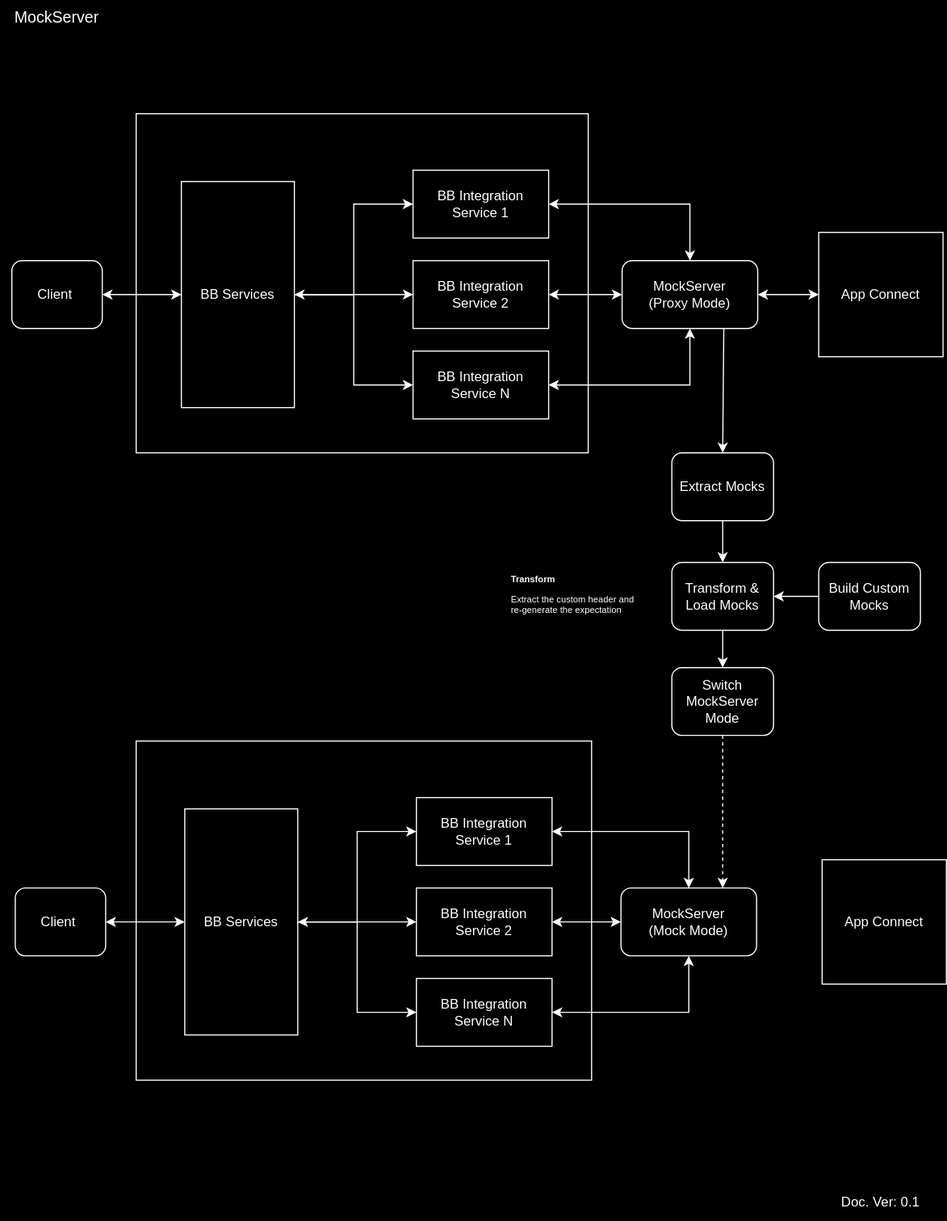
faxad/mock-server keeps this draw.io diagram as mockserver-architecture.svg. Above is the earlier version. Source tidied: cells renumbered, new cells last; positions are measured from the earlier drawing's top-left corner, leaving out a move shared by most shapes.
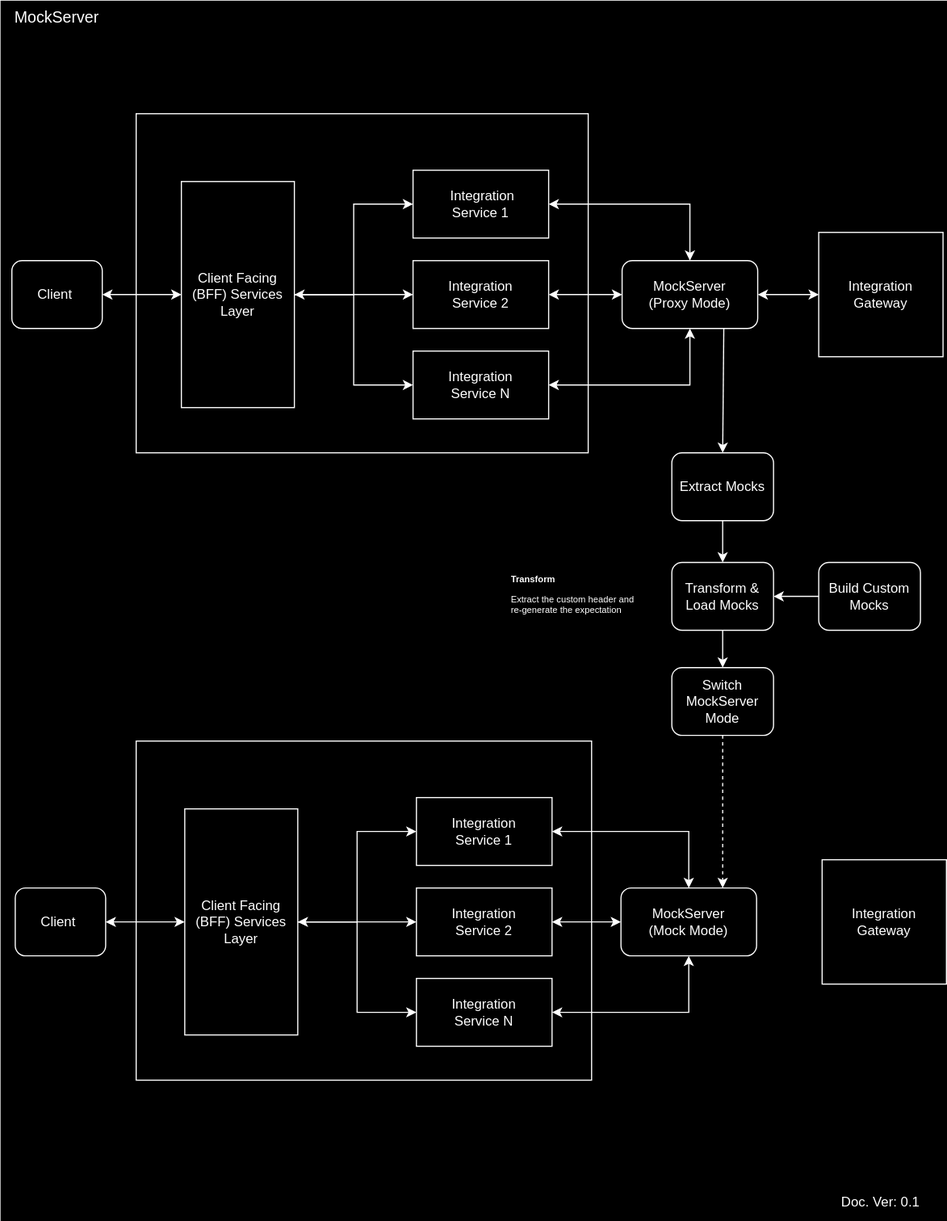
After the change.

Commit message:
added architecture diagram

Change to the diagram source:
```diff
@@ -8,19 +8,19 @@
     <mxCell id="3" style="edgeStyle=orthogonalEdgeStyle;rounded=0;jettySize=auto;html=1;startArrow=classic;startFill=1;endArrow=classic;endFill=1;" parent="1" edge="1" source="4" target="10">
       <mxGeometry relative="1" as="geometry" />
     </mxCell>
-    <mxCell id="4" value="BB Integration Service 1" style="rounded=0;whiteSpace=wrap;html=1;" parent="1" vertex="1">
+    <mxCell id="4" value="&amp;nbsp;Integration &lt;br&gt;Service 1" style="rounded=0;whiteSpace=wrap;html=1;" parent="1" vertex="1">
       <mxGeometry x="365" y="150" width="120" height="60" as="geometry" />
     </mxCell>
     <mxCell id="5" style="edgeStyle=orthogonalEdgeStyle;rounded=0;jettySize=auto;html=1;entryX=0;entryY=0.5;entryDx=0;entryDy=0;startArrow=classic;startFill=1;" parent="1" edge="1" source="6" target="10">
       <mxGeometry relative="1" as="geometry" />
     </mxCell>
-    <mxCell id="6" value="BB Integration Service 2" style="rounded=0;whiteSpace=wrap;html=1;" parent="1" vertex="1">
+    <mxCell id="6" value="&amp;nbsp;Integration&amp;nbsp;&lt;br&gt;Service 2" style="rounded=0;whiteSpace=wrap;html=1;" parent="1" vertex="1">
       <mxGeometry x="365" y="230" width="120" height="60" as="geometry" />
     </mxCell>
     <mxCell id="7" style="edgeStyle=orthogonalEdgeStyle;rounded=0;jettySize=auto;html=1;entryX=0.5;entryY=1;entryDx=0;entryDy=0;startArrow=classic;startFill=1;" parent="1" edge="1" source="8" target="10">
       <mxGeometry relative="1" as="geometry" />
     </mxCell>
-    <mxCell id="8" value="BB Integration Service N" style="rounded=0;whiteSpace=wrap;html=1;" parent="1" vertex="1">
+    <mxCell id="8" value="&amp;nbsp;Integration&amp;nbsp;&lt;br&gt;Service N" style="rounded=0;whiteSpace=wrap;html=1;" parent="1" vertex="1">
       <mxGeometry x="365" y="310" width="120" height="60" as="geometry" />
     </mxCell>
     <mxCell id="9" style="edgeStyle=orthogonalEdgeStyle;rounded=0;jettySize=auto;html=1;entryX=0;entryY=0.5;entryDx=0;entryDy=0;startArrow=classic;startFill=1;" parent="1" edge="1" source="10" target="11">
@@ -29,7 +29,7 @@
     <mxCell id="10" value="MockServer&lt;div&gt;(Proxy Mode)&lt;/div&gt;" style="rounded=1;whiteSpace=wrap;html=1;" parent="1" vertex="1">
       <mxGeometry x="550" y="230" width="120" height="60" as="geometry" />
     </mxCell>
-    <mxCell id="11" value="App Connect" style="whiteSpace=wrap;html=1;" parent="1" vertex="1">
+    <mxCell id="11" value="Integration&lt;br&gt;Gateway" style="whiteSpace=wrap;html=1;" parent="1" vertex="1">
       <mxGeometry x="724" y="205" width="110" height="110" as="geometry" />
     </mxCell>
     <mxCell id="12" style="edgeStyle=orthogonalEdgeStyle;rounded=0;jettySize=auto;html=1;startArrow=classic;startFill=1;" parent="1" edge="1" source="13" target="17">
@@ -47,7 +47,7 @@
     <mxCell id="16" style="edgeStyle=orthogonalEdgeStyle;rounded=0;jettySize=auto;html=1;entryX=0;entryY=0.5;entryDx=0;entryDy=0;startArrow=classic;startFill=1;" parent="1" edge="1" source="17" target="8">
       <mxGeometry relative="1" as="geometry" />
     </mxCell>
-    <mxCell id="17" value="BB Services" style="rounded=0;whiteSpace=wrap;html=1;" parent="1" vertex="1">
+    <mxCell id="17" value="Client Facing (BFF) Services Layer" style="rounded=0;whiteSpace=wrap;html=1;" parent="1" vertex="1">
       <mxGeometry x="160" y="160" width="100" height="200" as="geometry" />
     </mxCell>
     <mxCell id="18" style="edgeStyle=orthogonalEdgeStyle;rounded=0;orthogonalLoop=1;jettySize=auto;html=1;exitX=0.75;exitY=0;exitDx=0;exitDy=0;" parent="1" edge="1">
@@ -62,25 +62,25 @@
     <mxCell id="20" style="edgeStyle=orthogonalEdgeStyle;rounded=0;jettySize=auto;html=1;startArrow=classic;startFill=1;endArrow=classic;endFill=1;" parent="1" edge="1" source="21" target="26">
       <mxGeometry relative="1" as="geometry" />
     </mxCell>
-    <mxCell id="21" value="BB Integration Service 1" style="rounded=0;whiteSpace=wrap;html=1;" parent="1" vertex="1">
+    <mxCell id="21" value="&amp;nbsp;Integration&amp;nbsp;&lt;br&gt;Service 1" style="rounded=0;whiteSpace=wrap;html=1;" parent="1" vertex="1">
       <mxGeometry x="368" y="705" width="120" height="60" as="geometry" />
     </mxCell>
     <mxCell id="22" style="edgeStyle=orthogonalEdgeStyle;rounded=0;jettySize=auto;html=1;entryX=0;entryY=0.5;entryDx=0;entryDy=0;startArrow=classic;startFill=1;" parent="1" edge="1" source="23" target="26">
       <mxGeometry relative="1" as="geometry" />
     </mxCell>
-    <mxCell id="23" value="BB Integration Service 2" style="rounded=0;whiteSpace=wrap;html=1;" parent="1" vertex="1">
+    <mxCell id="23" value="&amp;nbsp;Integration&amp;nbsp;&lt;br&gt;Service 2" style="rounded=0;whiteSpace=wrap;html=1;" parent="1" vertex="1">
       <mxGeometry x="368" y="785" width="120" height="60" as="geometry" />
     </mxCell>
     <mxCell id="24" style="edgeStyle=orthogonalEdgeStyle;rounded=0;jettySize=auto;html=1;entryX=0.5;entryY=1;entryDx=0;entryDy=0;startArrow=classic;startFill=1;" parent="1" edge="1" source="25" target="26">
       <mxGeometry relative="1" as="geometry" />
     </mxCell>
-    <mxCell id="25" value="BB Integration Service N" style="rounded=0;whiteSpace=wrap;html=1;" parent="1" vertex="1">
+    <mxCell id="25" value="&amp;nbsp;Integration&amp;nbsp;&lt;br&gt;Service N" style="rounded=0;whiteSpace=wrap;html=1;" parent="1" vertex="1">
       <mxGeometry x="368" y="865" width="120" height="60" as="geometry" />
     </mxCell>
     <mxCell id="26" value="MockServer&lt;div&gt;(Mock Mode)&lt;/div&gt;" style="rounded=1;whiteSpace=wrap;html=1;" parent="1" vertex="1">
       <mxGeometry x="549" y="785" width="120" height="60" as="geometry" />
     </mxCell>
-    <mxCell id="27" value="App Connect" style="whiteSpace=wrap;html=1;" parent="1" vertex="1">
+    <mxCell id="27" value="Integration&lt;br&gt;Gateway" style="whiteSpace=wrap;html=1;" parent="1" vertex="1">
       <mxGeometry x="727" y="760" width="110" height="110" as="geometry" />
     </mxCell>
     <mxCell id="28" style="edgeStyle=orthogonalEdgeStyle;rounded=0;jettySize=auto;html=1;startArrow=classic;startFill=1;" parent="1" edge="1" source="29" target="33">
@@ -98,7 +98,7 @@
     <mxCell id="32" style="edgeStyle=orthogonalEdgeStyle;rounded=0;jettySize=auto;html=1;entryX=0;entryY=0.5;entryDx=0;entryDy=0;startArrow=classic;startFill=1;" parent="1" edge="1" source="33" target="25">
       <mxGeometry relative="1" as="geometry" />
     </mxCell>
-    <mxCell id="33" value="BB Services" style="rounded=0;whiteSpace=wrap;html=1;" parent="1" vertex="1">
+    <mxCell id="33" value="Client Facing (BFF) Services Layer" style="rounded=0;whiteSpace=wrap;html=1;" parent="1" vertex="1">
       <mxGeometry x="163" y="715" width="100" height="200" as="geometry" />
     </mxCell>
     <mxCell id="34" style="edgeStyle=orthogonalEdgeStyle;rounded=0;orthogonalLoop=1;jettySize=auto;html=1;exitX=0.75;exitY=0;exitDx=0;exitDy=0;" parent="1" edge="1">
```
